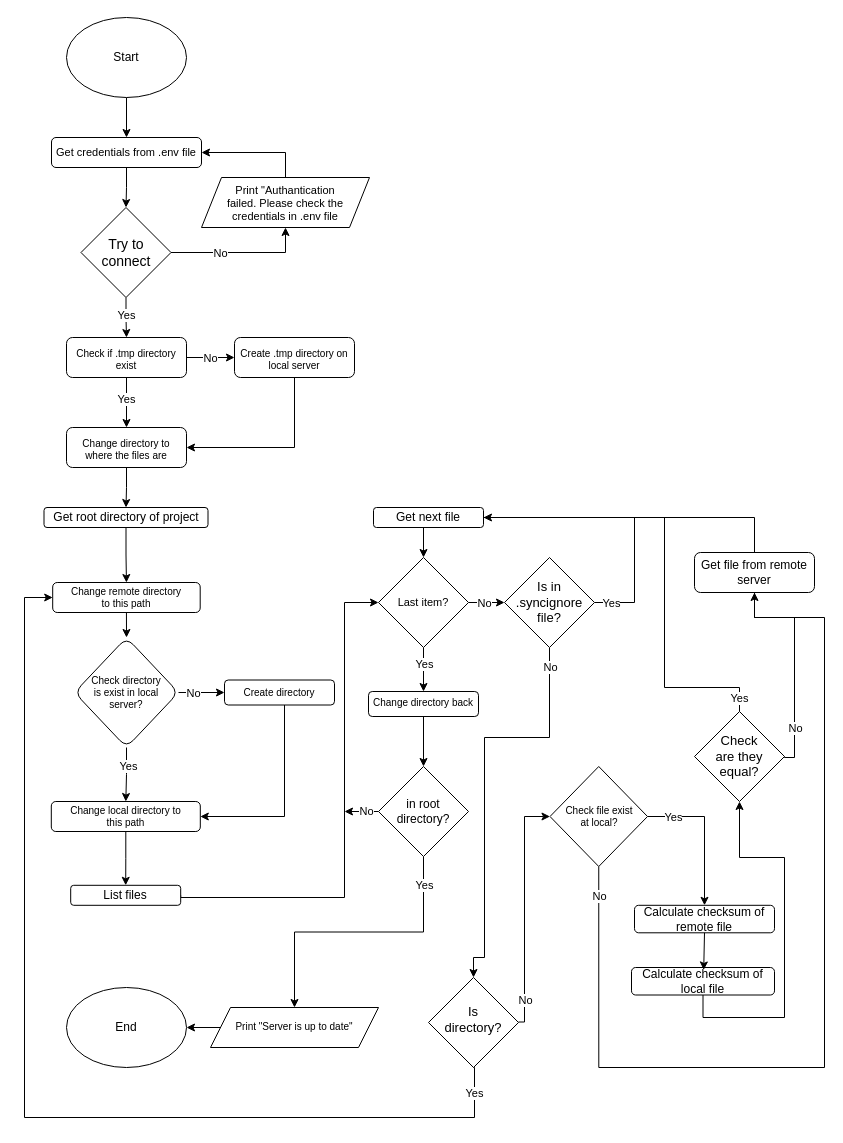
This is sync.drawio from melihkaragoz/docs, a draw.io file, before an edit. Source tidied: cells renumbered, new cells numbered last; positions are measured from the earlier drawing's top-left corner, leaving out a move shared by most shapes. Both pictures are drawn from the tidied source at 100%, with x=0, y=0 at pixel (24, 17).
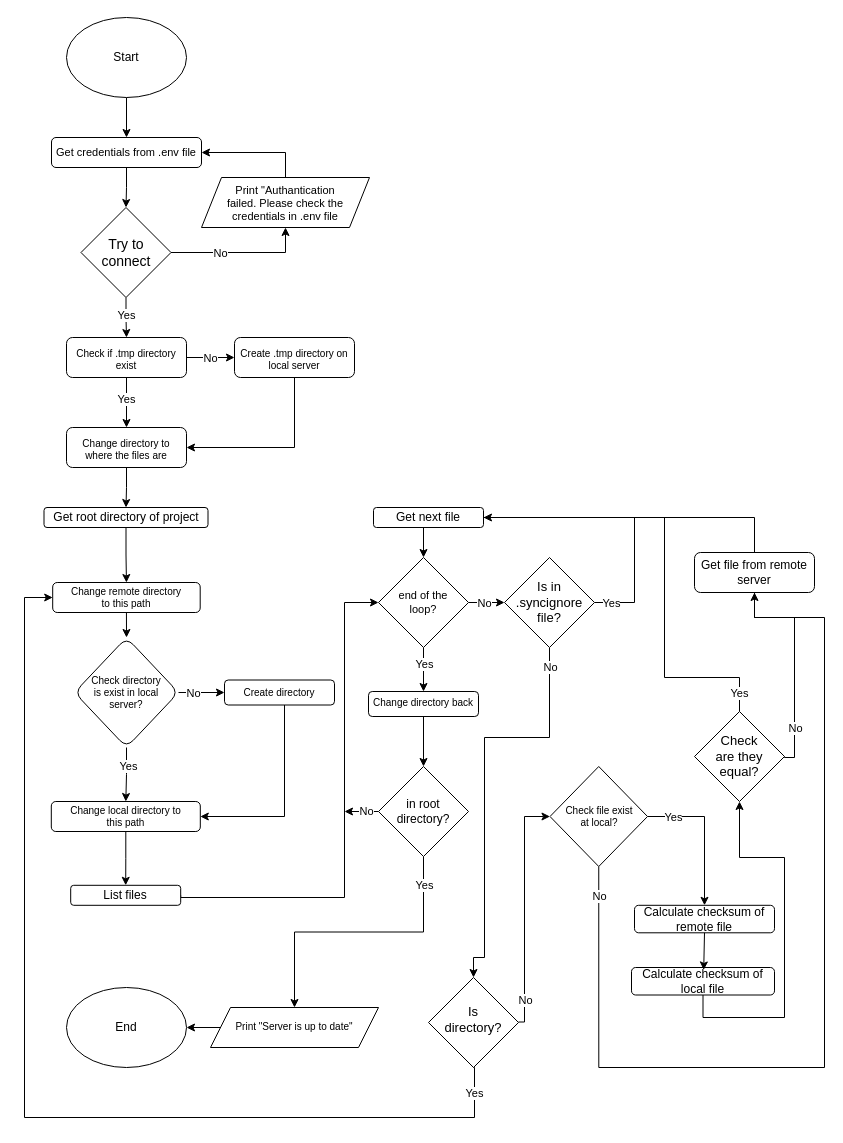
Above is the later version.

Unchanged cells that the change refers to:
```xml
<mxCell id="33" value="Check are they equal?" style="rhombus;whiteSpace=wrap;html=1;fontSize=13;spacing=18;" parent="1" vertex="1">
  <mxGeometry x="670" y="694" width="90" height="90" as="geometry" />
</mxCell>
<mxCell id="78" value="Get next file" style="rounded=1;whiteSpace=wrap;html=1;fontSize=12;glass=0;strokeWidth=1;shadow=0;" parent="1" vertex="1">
  <mxGeometry x="349" y="490" width="110" height="20" as="geometry" />
</mxCell>
```

The edit, as a diff of the source:
```diff
@@
-    <mxCell id="21" value="Last item?" style="rhombus;whiteSpace=wrap;html=1;fontSize=11;" parent="1" vertex="1">
+    <mxCell id="21" value="end of the loop?" style="rhombus;whiteSpace=wrap;html=1;fontSize=11;spacing=8;" parent="1" vertex="1">
       <mxGeometry x="354" y="540" width="90" height="90" as="geometry" />
     </mxCell>
@@
     <mxCell id="29" style="edgeStyle=orthogonalEdgeStyle;rounded=0;jettySize=auto;html=1;exitX=0.5;exitY=0;exitDx=0;exitDy=0;endArrow=none;endFill=0;entryX=1;entryY=0.5;entryDx=0;entryDy=0;" parent="1" edge="1" source="33" target="78">
       <mxGeometry relative="1" as="geometry">
         <Array as="points">
-          <mxPoint x="715" y="670" />
-          <mxPoint x="640" y="670" />
+          <mxPoint x="715" y="660" />
+          <mxPoint x="640" y="660" />
           <mxPoint x="640" y="500" />
         </Array>
       </mxGeometry>
     </mxCell>
     <mxCell id="30" value="Yes" style="edgeLabel;html=1;align=center;verticalAlign=middle;" parent="29" vertex="1">
       <mxGeometry x="-0.84" y="-1" relative="1" as="geometry">
-        <mxPoint x="11" y="11" as="offset" />
+        <mxPoint x="1" y="16" as="offset" />
       </mxGeometry>
     </mxCell>
```
